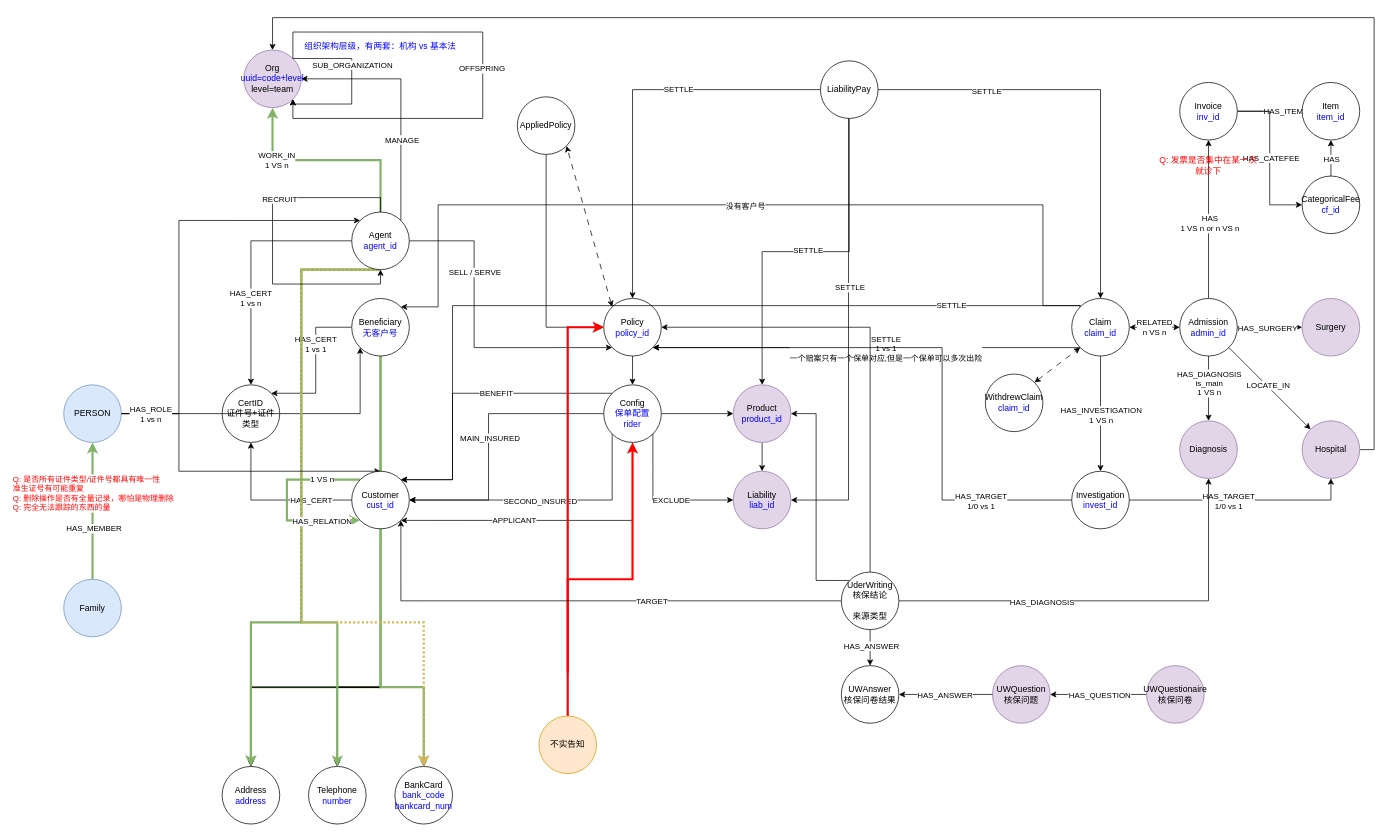
The draw.io diagram page "V1.2" (4 of 4) of 友邦/图拓扑设计.drawio in XiaoLiuAI/diagrams, before the edit. Source tidied: cells renumbered, new cells numbered last; positions are measured from the earlier drawing's top-left corner, leaving out a move shared by most shapes. Both pictures are drawn from the tidied source at 72%, with x=0, y=0 at pixel (63, 17).
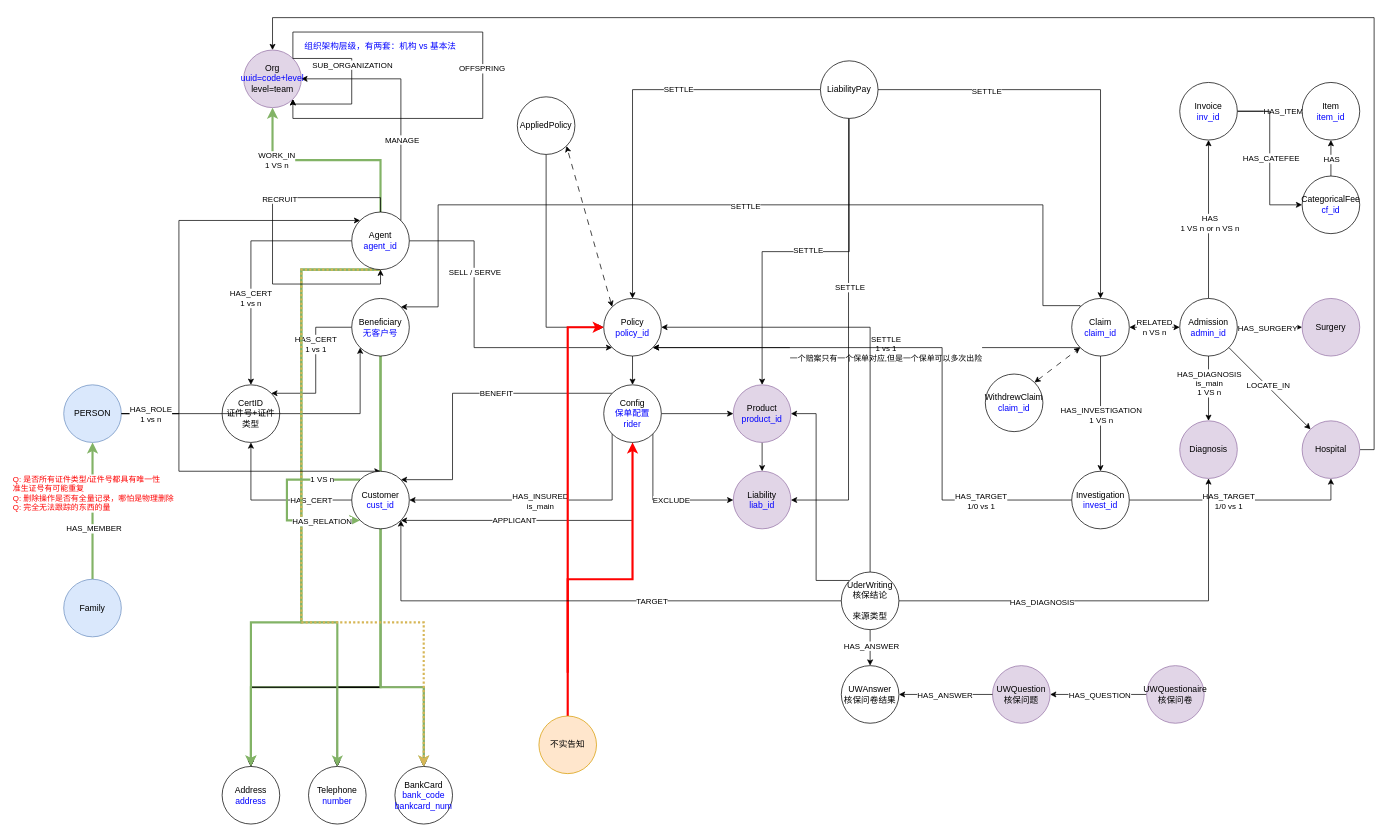
Above is the later version.

Commit message:
更新图拓扑设计.drawio

The change refers to these unchanged cells:
```xml
<mxCell id="40" style="edgeStyle=orthogonalEdgeStyle;rounded=0;jettySize=auto;html=1;exitX=0;exitY=1;exitDx=0;exitDy=0;entryX=1;entryY=0.5;entryDx=0;entryDy=0;strokeWidth=1;fillColor=#d5e8d4;strokeColor=#000000;" parent="1" edge="1" source="46" target="121">
  <mxGeometry relative="1" as="geometry">
    <Array as="points">
      <mxPoint x="762" y="670" />
    </Array>
  </mxGeometry>
</mxCell>
<mxCell id="46" value="Config&lt;br&gt;&lt;font color=&quot;#0000ff&quot;&gt;保单配置&lt;br&gt;rider&lt;/font&gt;" style="ellipse;whiteSpace=wrap;html=1;" parent="1" vertex="1">
  <mxGeometry x="750" y="510" width="80" height="80" as="geometry" />
</mxCell>
<mxCell id="53" style="edgeStyle=orthogonalEdgeStyle;rounded=0;jettySize=auto;html=1;exitX=0;exitY=0;exitDx=0;exitDy=0;entryX=1;entryY=0;entryDx=0;entryDy=0;" parent="1" edge="1" source="57" target="23">
  <mxGeometry relative="1" as="geometry">
    <Array as="points">
      <mxPoint x="1412" y="400" />
      <mxPoint x="1360" y="400" />
      <mxPoint x="1360" y="260" />
      <mxPoint x="520" y="260" />
      <mxPoint x="520" y="402" />
    </Array>
  </mxGeometry>
</mxCell>
<mxCell id="57" value="Claim&lt;br&gt;&lt;font color=&quot;#0000ff&quot;&gt;claim_id&lt;/font&gt;" style="ellipse;whiteSpace=wrap;html=1;" parent="1" vertex="1">
  <mxGeometry x="1400" y="390" width="80" height="80" as="geometry" />
</mxCell>
<mxCell id="121" value="Customer&lt;br&gt;&lt;font color=&quot;#0000ff&quot;&gt;cust_id&lt;/font&gt;" style="ellipse;whiteSpace=wrap;html=1;" parent="1" vertex="1">
  <mxGeometry x="400" y="630" width="80" height="80" as="geometry" />
</mxCell>
```

The edit, as a diff of the source:
```diff
@@
-    <mxCell id="38" style="edgeStyle=orthogonalEdgeStyle;rounded=0;jettySize=auto;html=1;exitX=0;exitY=0.5;exitDx=0;exitDy=0;fillColor=#d5e8d4;strokeColor=#000000;strokeWidth=1;entryX=1;entryY=0.5;entryDx=0;entryDy=0;" parent="1" edge="1" source="46" target="121">
-      <mxGeometry relative="1" as="geometry">
-        <Array as="points">
-          <mxPoint x="590" y="550" />
-          <mxPoint x="590" y="670" />
-        </Array>
-      </mxGeometry>
-    </mxCell>
-    <mxCell id="39" value="MAIN_INSURED" style="edgeLabel;html=1;align=center;verticalAlign=middle;" parent="38" vertex="1">
-      <mxGeometry x="-0.01" y="1" relative="1" as="geometry" />
-    </mxCell>
@@
-    <mxCell id="41" value="SECOND_INSURED" style="edgeLabel;html=1;align=center;verticalAlign=middle;" parent="40" vertex="1">
+    <mxCell id="41" value="HAS_INSURED&lt;br&gt;is_main" style="edgeLabel;html=1;align=center;verticalAlign=middle;" parent="40" vertex="1">
       <mxGeometry x="0.03" y="1" relative="1" as="geometry" />
     </mxCell>
@@
-    <mxCell id="47" style="edgeStyle=orthogonalEdgeStyle;rounded=0;jettySize=auto;html=1;exitX=0;exitY=0;exitDx=0;exitDy=0;entryX=1;entryY=0;entryDx=0;entryDy=0;" parent="1" edge="1" source="57" target="121">
-      <mxGeometry relative="1" as="geometry">
-        <Array as="points">
-          <mxPoint x="1412" y="400" />
-          <mxPoint x="540" y="400" />
-          <mxPoint x="540" y="642" />
-        </Array>
-      </mxGeometry>
-    </mxCell>
-    <mxCell id="48" value="SETTLE" style="edgeLabel;html=1;align=center;verticalAlign=middle;" parent="47" vertex="1">
-      <mxGeometry x="0.07" y="-1" relative="1" as="geometry">
-        <mxPoint x="454" as="offset" />
-      </mxGeometry>
-    </mxCell>
@@
-    <mxCell id="54" value="没有客户号" style="edgeLabel;html=1;align=center;verticalAlign=middle;" parent="53" vertex="1">
+    <mxCell id="54" value="SETTLE" style="edgeLabel;html=1;align=center;verticalAlign=middle;" parent="53" vertex="1">
       <mxGeometry x="-0.01" y="1" relative="1" as="geometry" />
     </mxCell>
@@
-    <mxCell id="112" value="Q: 发票是否集中在某一次就诊下" style="text;html=1;strokeColor=none;fillColor=none;align=center;verticalAlign=middle;whiteSpace=wrap;rounded=0;fontColor=#FF0000;" parent="1" vertex="1">
-      <mxGeometry x="1520" y="190" width="140" height="30" as="geometry" />
-    </mxCell>
```
